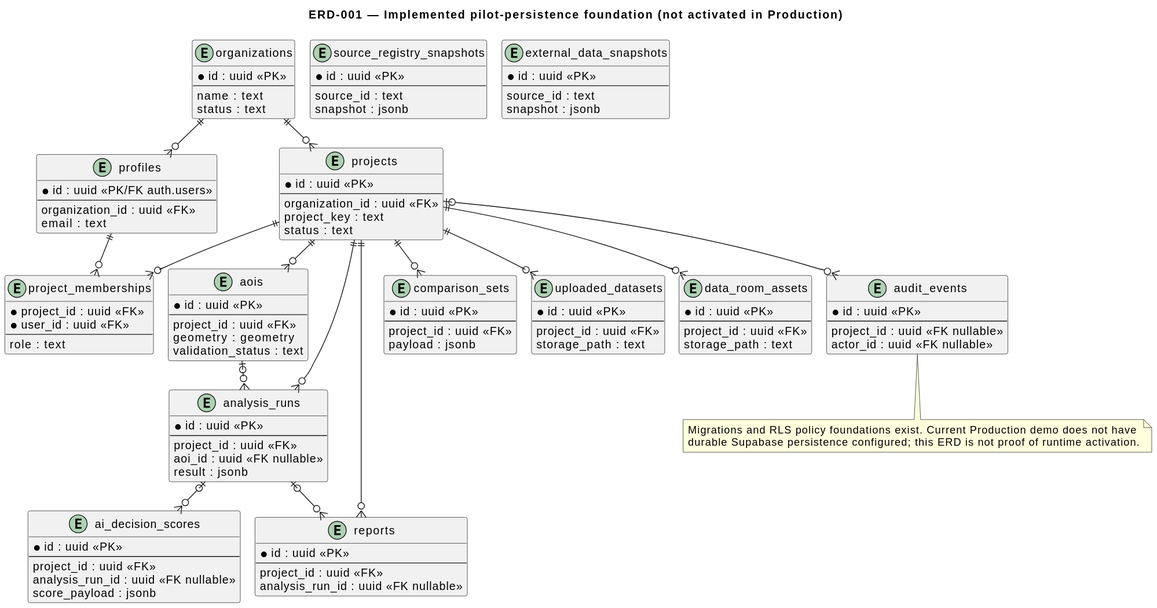
Earlier version of the PlantUML export docs/artifacts/rendered/ERD-001-core-data-model.svg (mmgolikov/geoai-mvp).
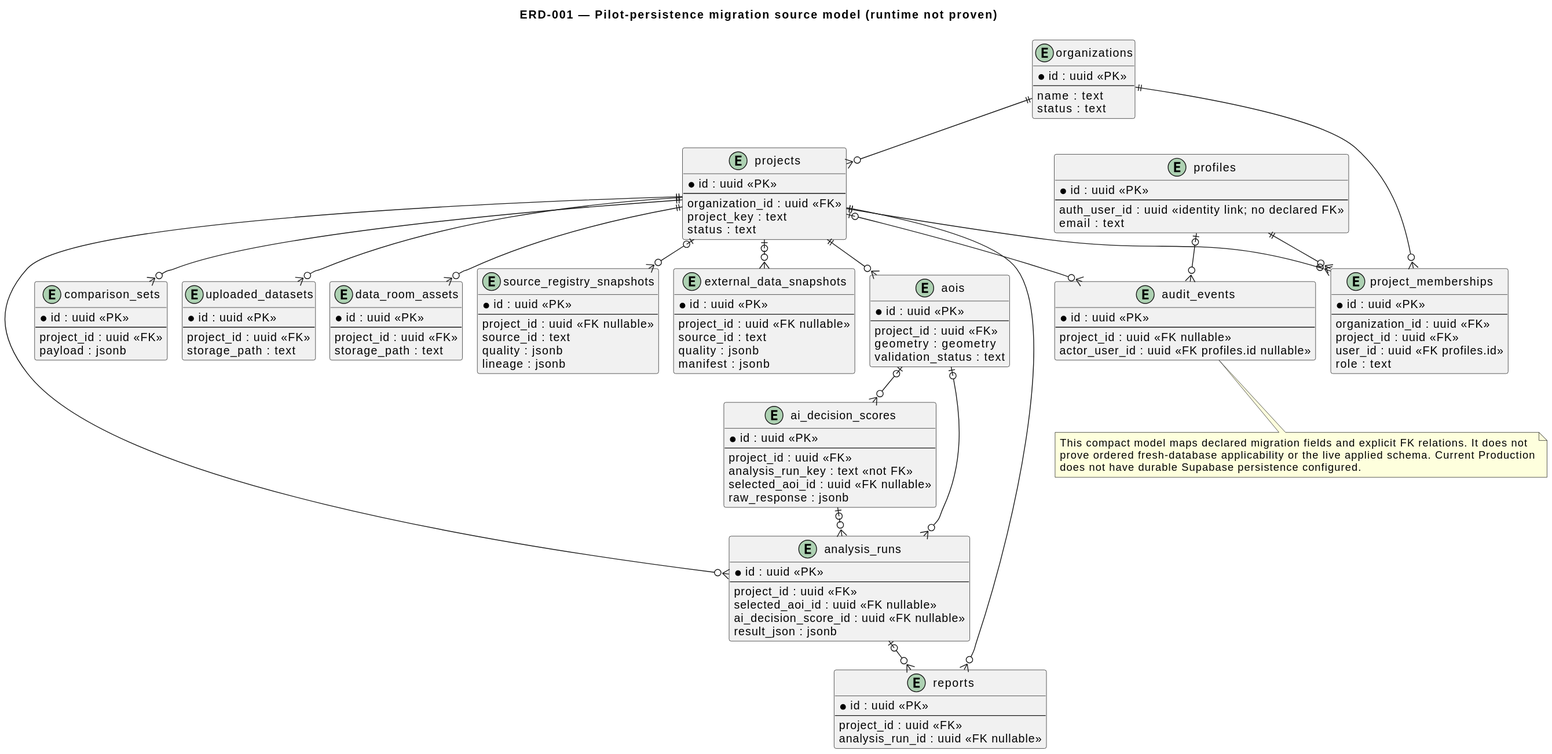
The same diagram one commit later.

The edit, as a diff of the source:
```diff
@@ -1,6 +1,6 @@
 @startuml
 !pragma layout smetana
-title ERD-001 — Implemented pilot-persistence foundation (not activated in Production)
+title ERD-001 — Pilot-persistence migration source model (runtime not proven)
 hide methods
 hide stereotypes
 skinparam backgroundColor #FFFFFF
@@ -14,9 +14,9 @@
   status : text
 }
 entity profiles {
-  * id : uuid <<PK/FK auth.users>>
+  * id : uuid <<PK>>
   --
-  organization_id : uuid <<FK>>
+  auth_user_id : uuid <<identity link; no declared FK>>
   email : text
 }
 entity projects {
@@ -27,9 +27,11 @@
   status : text
 }
 entity project_memberships {
-  * project_id : uuid <<FK>>
-  * user_id : uuid <<FK>>
+  * id : uuid <<PK>>
   --
+  organization_id : uuid <<FK>>
+  project_id : uuid <<FK>>
+  user_id : uuid <<FK profiles.id>>
   role : text
 }
 entity aois {
@@ -43,15 +45,17 @@
   * id : uuid <<PK>>
   --
   project_id : uuid <<FK>>
-  aoi_id : uuid <<FK nullable>>
-  result : jsonb
+  selected_aoi_id : uuid <<FK nullable>>
+  ai_decision_score_id : uuid <<FK nullable>>
+  result_json : jsonb
 }
 entity ai_decision_scores {
   * id : uuid <<PK>>
   --
   project_id : uuid <<FK>>
-  analysis_run_id : uuid <<FK nullable>>
-  score_payload : jsonb
+  analysis_run_key : text <<not FK>>
+  selected_aoi_id : uuid <<FK nullable>>
+  raw_response : jsonb
 }
 entity reports {
   * id : uuid <<PK>>
@@ -80,39 +84,48 @@
 entity source_registry_snapshots {
   * id : uuid <<PK>>
   --
+  project_id : uuid <<FK nullable>>
   source_id : text
-  snapshot : jsonb
+  quality : jsonb
+  lineage : jsonb
 }
 entity external_data_snapshots {
   * id : uuid <<PK>>
   --
+  project_id : uuid <<FK nullable>>
   source_id : text
-  snapshot : jsonb
+  quality : jsonb
+  manifest : jsonb
 }
 entity audit_events {
   * id : uuid <<PK>>
   --
   project_id : uuid <<FK nullable>>
-  actor_id : uuid <<FK nullable>>
+  actor_user_id : uuid <<FK profiles.id nullable>>
 }
 
-organizations ||--o{ profiles
 organizations ||--o{ projects
+organizations ||--o{ project_memberships
 projects ||--o{ project_memberships
 profiles ||--o{ project_memberships
 projects ||--o{ aois
 projects ||--o{ analysis_runs
 aois |o--o{ analysis_runs
-analysis_runs |o--o{ ai_decision_scores
+aois |o--o{ ai_decision_scores
+ai_decision_scores |o--o{ analysis_runs
 projects ||--o{ reports
 analysis_runs |o--o{ reports
 projects ||--o{ comparison_sets
 projects ||--o{ uploaded_datasets
 projects ||--o{ data_room_assets
+projects |o--o{ source_registry_snapshots
+projects |o--o{ external_data_snapshots
 projects |o--o{ audit_events
+profiles |o--o{ audit_events
 
 note bottom
-Migrations and RLS policy foundations exist. Current Production demo does not have
-durable Supabase persistence configured; this ERD is not proof of runtime activation.
+This compact model maps declared migration fields and explicit FK relations. It does not
+prove ordered fresh-database applicability or the live applied schema. Current Production
+does not have durable Supabase persistence configured.
 end note
 @enduml
```
